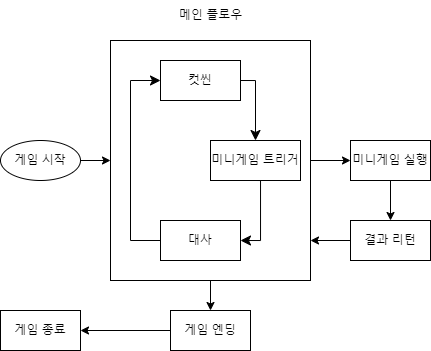
This is assets/img/system.png from 2422june/Farmdemic2.0.github.io, a draw.io export, as it was before one commit. Source tidied: cells renumbered, new cells last; positions are measured from the earlier drawing's top-left corner, leaving out a move shared by most shapes.
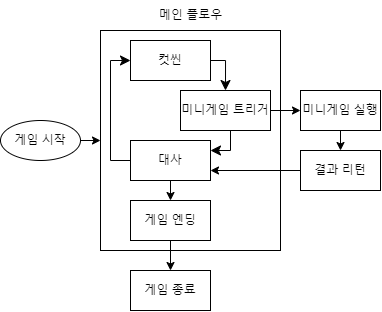
After the change.

The edit, as a diff of the source:
```diff
@@ -2,72 +2,76 @@
   <root>
     <mxCell id="0" />
     <mxCell id="1" parent="0" />
+    <mxCell id="21" style="group;" parent="1" vertex="1">
+      <mxGeometry x="-5" y="135" width="380" height="310" as="geometry" />
+    </mxCell>
-    <mxCell id="2" value="게임 시작" style="ellipse;whiteSpace=wrap;html=1;" parent="1" vertex="1">
-      <mxGeometry y="140" width="80" height="40" as="geometry" />
+    <mxCell id="2" value="게임 시작" style="ellipse;whiteSpace=wrap;html=1;" parent="21" vertex="1">
+      <mxGeometry y="120" width="80" height="40" as="geometry" />
     </mxCell>
-    <mxCell id="3" style="rounded=0;whiteSpace=wrap;html=1;" parent="1" vertex="1">
-      <mxGeometry x="110" y="40" width="200" height="240" as="geometry" />
-    </mxCell>
+    <mxCell id="22" style="rounded=0;whiteSpace=wrap;html=1;" parent="21" vertex="1">
+      <mxGeometry x="100" y="30" width="180" height="220" as="geometry" />
+    </mxCell>
-    <mxCell id="4" value="컷씬" style="rounded=0;whiteSpace=wrap;html=1;" parent="1" vertex="1">
-      <mxGeometry x="160" y="60" width="80" height="40" as="geometry" />
+    <mxCell id="4" value="컷씬" style="rounded=0;whiteSpace=wrap;html=1;" parent="21" vertex="1">
+      <mxGeometry x="130" y="40" width="80" height="40" as="geometry" />
     </mxCell>
-    <mxCell id="5" value="대사" style="rounded=0;whiteSpace=wrap;html=1;" parent="1" vertex="1">
-      <mxGeometry x="160" y="220" width="80" height="40" as="geometry" />
+    <mxCell id="5" value="대사" style="rounded=0;whiteSpace=wrap;html=1;" parent="21" vertex="1">
+      <mxGeometry x="130" y="140" width="80" height="40" as="geometry" />
     </mxCell>
-    <mxCell id="6" value="미니게임 트리거" style="rounded=0;whiteSpace=wrap;html=1;" parent="1" vertex="1">
-      <mxGeometry x="210" y="140" width="90" height="40" as="geometry" />
+    <mxCell id="6" value="미니게임 트리거" style="rounded=0;whiteSpace=wrap;html=1;" parent="21" vertex="1">
+      <mxGeometry x="180" y="90" width="90" height="40" as="geometry" />
     </mxCell>
-    <mxCell id="7" style="endArrow=classic;html=1;rounded=0;exitX=1;exitY=0.5;exitDx=0;exitDy=0;" parent="1" edge="1" source="2" target="3">
-      <mxGeometry relative="1" as="geometry" />
-    </mxCell>
-    <mxCell id="8" style="endArrow=classic;html=1;rounded=0;exitX=1;exitY=0.5;exitDx=0;exitDy=0;entryX=0;entryY=0.5;entryDx=0;entryDy=0;" parent="1" edge="1" source="3" target="9">
-      <mxGeometry relative="1" as="geometry" />
-    </mxCell>
+    <mxCell id="23" style="endArrow=classic;html=1;rounded=0;exitX=1;exitY=0.5;exitDx=0;exitDy=0;" parent="21" edge="1" source="2" target="22">
+      <mxGeometry relative="1" as="geometry" />
+    </mxCell>
+    <mxCell id="24" style="endArrow=classic;html=1;rounded=0;exitX=1;exitY=0.5;exitDx=0;exitDy=0;entryX=0;entryY=0.5;entryDx=0;entryDy=0;" parent="21" edge="1" source="6" target="9">
+      <mxGeometry relative="1" as="geometry" />
+    </mxCell>
-    <mxCell id="9" value="미니게임 실행" style="rounded=0;whiteSpace=wrap;html=1;" parent="1" vertex="1">
-      <mxGeometry x="350" y="140" width="80" height="40" as="geometry" />
+    <mxCell id="9" value="미니게임 실행" style="rounded=0;whiteSpace=wrap;html=1;" parent="21" vertex="1">
+      <mxGeometry x="300" y="90" width="80" height="40" as="geometry" />
     </mxCell>
-    <mxCell id="10" value="결과 리턴" style="rounded=0;whiteSpace=wrap;html=1;" parent="1" vertex="1">
-      <mxGeometry x="350" y="220" width="80" height="40" as="geometry" />
+    <mxCell id="10" value="결과 리턴" style="rounded=0;whiteSpace=wrap;html=1;" parent="21" vertex="1">
+      <mxGeometry x="300" y="150" width="80" height="40" as="geometry" />
     </mxCell>
-    <mxCell id="11" style="endArrow=classic;html=1;rounded=0;exitX=0.5;exitY=1;exitDx=0;exitDy=0;entryX=0.5;entryY=0;entryDx=0;entryDy=0;" parent="1" edge="1" source="9" target="10">
+    <mxCell id="11" style="endArrow=classic;html=1;rounded=0;exitX=0.5;exitY=1;exitDx=0;exitDy=0;entryX=0.5;entryY=0;entryDx=0;entryDy=0;" parent="21" edge="1" source="9" target="10">
       <mxGeometry relative="1" as="geometry" />
     </mxCell>
-    <mxCell id="12" style="endArrow=classic;html=1;rounded=0;exitX=0;exitY=0.5;exitDx=0;exitDy=0;" parent="1" edge="1" source="10">
-      <mxGeometry relative="1" as="geometry">
-        <mxPoint x="310" y="240" as="targetPoint" />
-      </mxGeometry>
-    </mxCell>
-    <mxCell id="13" style="endArrow=classic;html=1;rounded=0;startArrow=none;entryX=0.5;entryY=0;entryDx=0;entryDy=0;exitX=0.5;exitY=1;exitDx=0;exitDy=0;" parent="1" edge="1" source="3" target="14">
-      <mxGeometry relative="1" as="geometry" />
-    </mxCell>
+    <mxCell id="25" style="endArrow=classic;html=1;rounded=0;exitX=0;exitY=0.5;exitDx=0;exitDy=0;entryX=1;entryY=0.75;entryDx=0;entryDy=0;" parent="21" edge="1" source="10" target="5">
+      <mxGeometry relative="1" as="geometry" />
+    </mxCell>
+    <mxCell id="26" style="endArrow=classic;html=1;rounded=0;startArrow=none;entryX=0.5;entryY=0;entryDx=0;entryDy=0;exitX=0.5;exitY=1;exitDx=0;exitDy=0;" parent="21" edge="1" source="5" target="14">
+      <mxGeometry relative="1" as="geometry" />
+    </mxCell>
-    <mxCell id="14" value="게임 엔딩" style="rounded=0;whiteSpace=wrap;html=1;" parent="1" vertex="1">
-      <mxGeometry x="170" y="310" width="80" height="40" as="geometry" />
+    <mxCell id="14" value="게임 엔딩" style="rounded=0;whiteSpace=wrap;html=1;" parent="21" vertex="1">
+      <mxGeometry x="130" y="200" width="80" height="40" as="geometry" />
     </mxCell>
-    <mxCell id="15" value="게임 종료" style="rounded=0;whiteSpace=wrap;html=1;" parent="1" vertex="1">
-      <mxGeometry y="310" width="80" height="40" as="geometry" />
+    <mxCell id="15" value="게임 종료" style="rounded=0;whiteSpace=wrap;html=1;" parent="21" vertex="1">
+      <mxGeometry x="130" y="270" width="80" height="40" as="geometry" />
     </mxCell>
-    <mxCell id="16" style="endArrow=classic;html=1;rounded=0;exitX=0;exitY=0.5;exitDx=0;exitDy=0;" parent="1" edge="1" source="14" target="15">
+    <mxCell id="16" style="endArrow=classic;html=1;rounded=0;exitX=0.5;exitY=1;exitDx=0;exitDy=0;entryX=0.5;entryY=0;entryDx=0;entryDy=0;" parent="21" edge="1" source="14" target="15">
       <mxGeometry relative="1" as="geometry" />
     </mxCell>
-    <mxCell id="17" style="edgeStyle=elbowEdgeStyle;elbow=vertical;endArrow=classic;html=1;curved=0;rounded=0;endSize=8;startSize=8;exitX=0;exitY=0.5;exitDx=0;exitDy=0;entryX=0;entryY=0.5;entryDx=0;entryDy=0;" parent="1" edge="1" source="5" target="4">
-      <mxGeometry relative="1" as="geometry">
+    <mxCell id="17" style="edgeStyle=elbowEdgeStyle;elbow=vertical;endArrow=classic;html=1;curved=0;rounded=0;endSize=8;startSize=8;exitX=0;exitY=0.5;exitDx=0;exitDy=0;entryX=0;entryY=0.5;entryDx=0;entryDy=0;" parent="21" edge="1" source="5" target="4">
+      <mxGeometry x="0.12" y="-10" relative="1" as="geometry">
         <Array as="points">
-          <mxPoint x="130" y="160" />
+          <mxPoint x="110" y="110" />
         </Array>
       </mxGeometry>
     </mxCell>
-    <mxCell id="18" value="메인 플로우" style="text;html=1;align=center;verticalAlign=middle;strokeColor=none;fillColor=none;" parent="1" vertex="1">
-      <mxGeometry x="165" width="90" height="30" as="geometry" />
+    <mxCell id="18" value="메인 플로우" style="text;html=1;align=center;verticalAlign=middle;strokeColor=none;fillColor=none;" parent="21" vertex="1">
+      <mxGeometry x="145" width="90" height="30" as="geometry" />
     </mxCell>
-    <mxCell id="19" style="edgeStyle=segmentEdgeStyle;endArrow=classic;html=1;curved=0;rounded=0;endSize=8;startSize=8;exitX=1;exitY=0.5;exitDx=0;exitDy=0;entryX=0.5;entryY=0;entryDx=0;entryDy=0;" parent="1" edge="1" source="4" target="6">
+    <mxCell id="19" style="edgeStyle=segmentEdgeStyle;endArrow=classic;html=1;curved=0;rounded=0;endSize=8;startSize=8;exitX=1;exitY=0.5;exitDx=0;exitDy=0;entryX=0.5;entryY=0;entryDx=0;entryDy=0;" parent="21" edge="1" source="4" target="6">
       <mxGeometry relative="1" as="geometry" />
     </mxCell>
-    <mxCell id="20" style="edgeStyle=segmentEdgeStyle;endArrow=classic;html=1;curved=0;rounded=0;endSize=8;startSize=8;entryX=1;entryY=0.5;entryDx=0;entryDy=0;exitX=0.5;exitY=1;exitDx=0;exitDy=0;" parent="1" edge="1" source="6" target="5">
+    <mxCell id="20" style="edgeStyle=segmentEdgeStyle;endArrow=classic;html=1;curved=0;rounded=0;endSize=8;startSize=8;entryX=1;entryY=0.25;entryDx=0;entryDy=0;exitX=0.5;exitY=1;exitDx=0;exitDy=0;" parent="21" edge="1" source="6" target="5">
       <mxGeometry relative="1" as="geometry">
         <Array as="points">
-          <mxPoint x="260" y="240" />
+          <mxPoint x="230" y="150" />
         </Array>
       </mxGeometry>
     </mxCell>
+    <mxCell id="27" style="edgeStyle=orthogonalEdgeStyle;rounded=0;orthogonalLoop=1;jettySize=auto;html=1;exitX=0.5;exitY=1;exitDx=0;exitDy=0;" parent="21" edge="1" source="22" target="22">
+      <mxGeometry relative="1" as="geometry" />
+    </mxCell>
   </root>
 </mxGraphModel>
```
